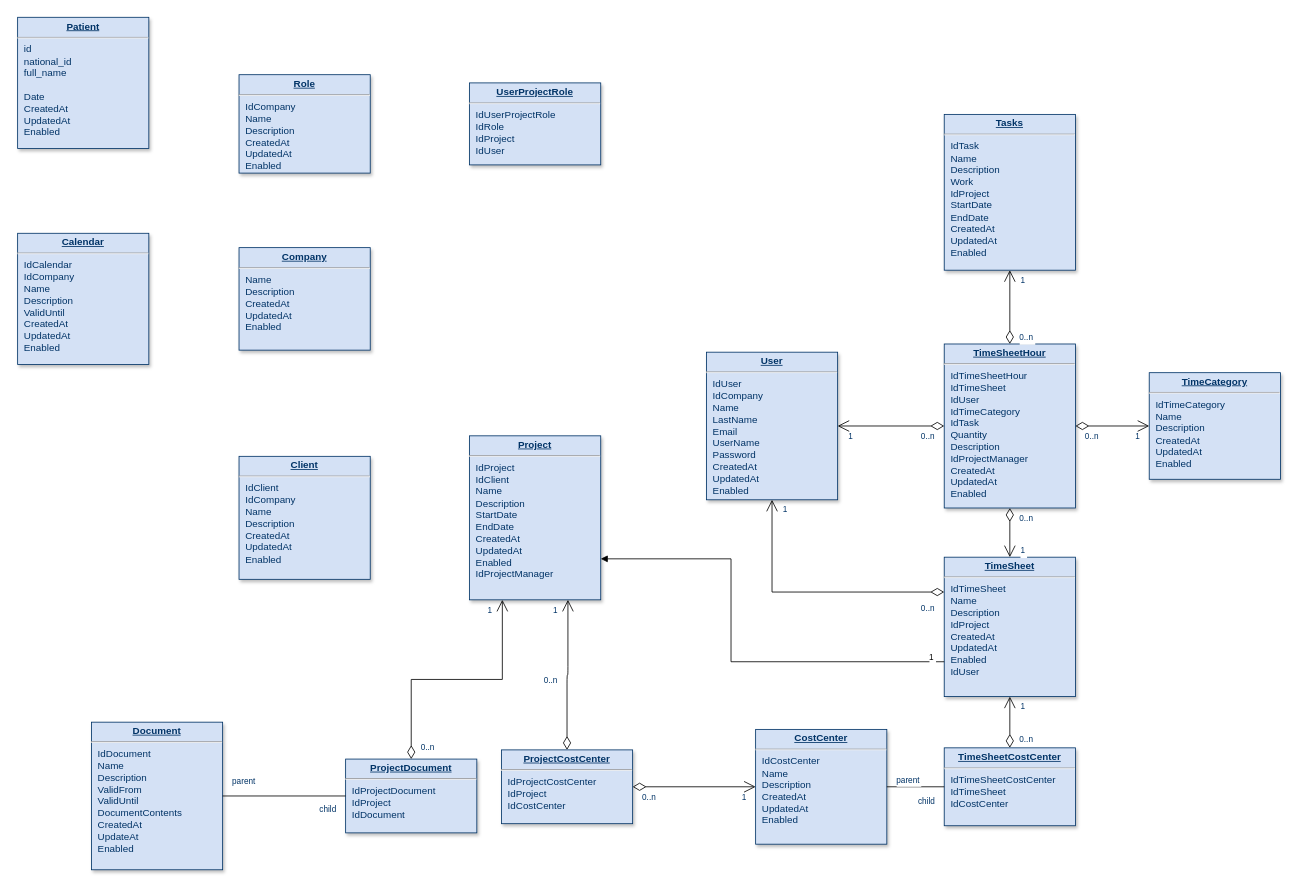
Before: Untitled Diagram.drawio in fiafghan/emr-backend-laravel, a draw.io diagram. Source tidied: cells renumbered, new cells numbered last; positions are measured from the earlier drawing's top-left corner, leaving out a move shared by most shapes. Both pictures are drawn from the tidied source at 82%, with x=0, y=0 at pixel (17, 17).
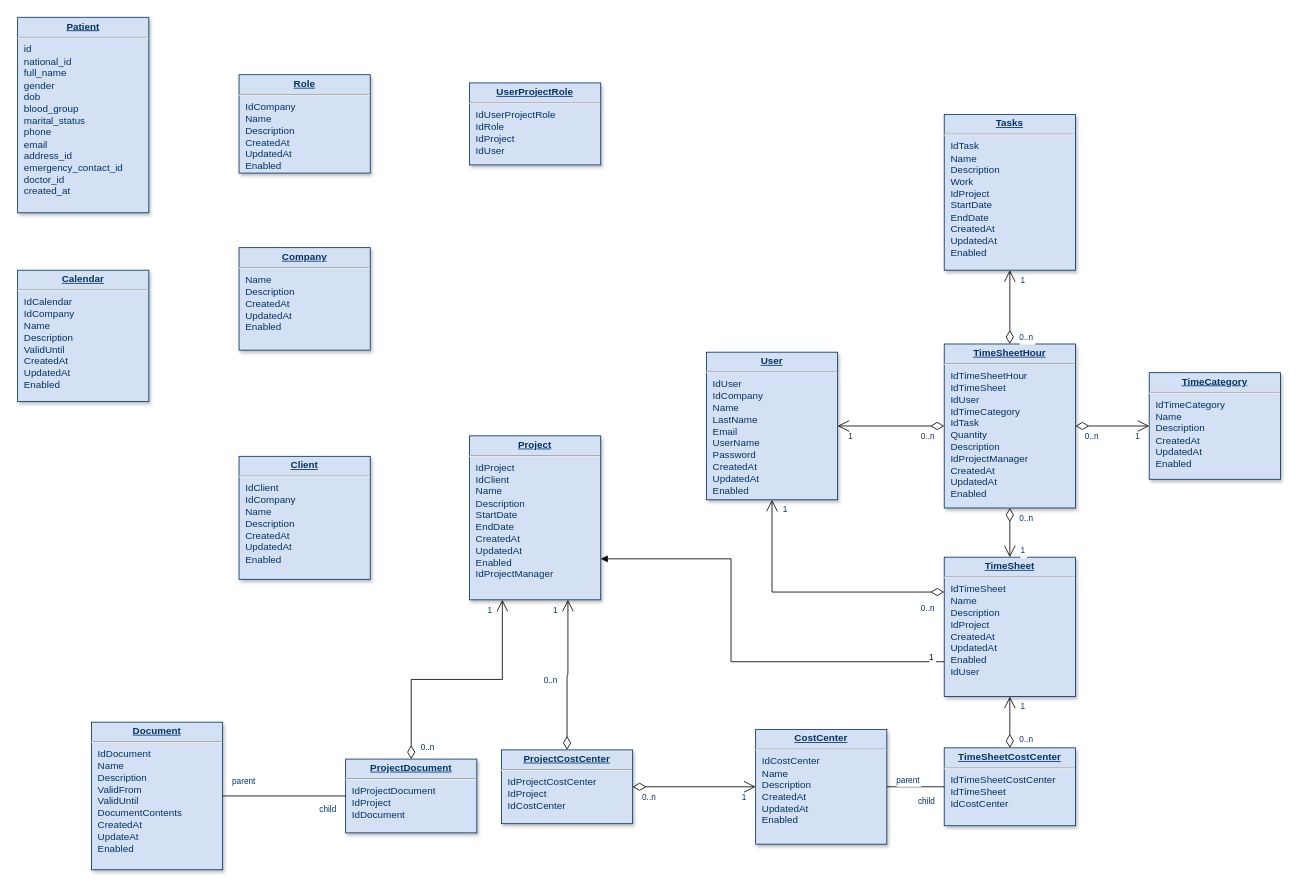
Above is the later version.

What changed in the source:
```diff
@@
     <mxCell id="4" value="&lt;p style=&quot;margin: 0px; margin-top: 4px; text-align: center; text-decoration: underline;&quot;&gt;&lt;strong&gt;Calendar&lt;/strong&gt;&lt;/p&gt;&lt;hr /&gt;&lt;p style=&quot;margin: 0px; margin-left: 8px;&quot;&gt;IdCalendar&lt;/p&gt;&lt;p style=&quot;margin: 0px; margin-left: 8px;&quot;&gt;IdCompany&lt;/p&gt;&lt;p style=&quot;margin: 0px; margin-left: 8px;&quot;&gt;Name&lt;/p&gt;&lt;p style=&quot;margin: 0px; margin-left: 8px;&quot;&gt;Description&lt;/p&gt;&lt;p style=&quot;margin: 0px; margin-left: 8px;&quot;&gt;ValidUntil&lt;/p&gt;&lt;p style=&quot;margin: 0px; margin-left: 8px;&quot;&gt;CreatedAt&lt;/p&gt;&lt;p style=&quot;margin: 0px; margin-left: 8px;&quot;&gt;UpdatedAt&lt;/p&gt;&lt;p style=&quot;margin: 0px; margin-left: 8px;&quot;&gt;Enabled&lt;/p&gt;" style="verticalAlign=top;align=left;overflow=fill;fontSize=12;fontFamily=Helvetica;html=1;strokeColor=#003366;shadow=1;fillColor=#D4E1F5;fontColor=#003366;" parent="1" vertex="1">
-      <mxGeometry y="263" width="160" height="160" as="geometry" />
+      <mxGeometry y="308" width="160" height="160" as="geometry" />
     </mxCell>
@@
-    <mxCell id="8" value="&lt;p style=&quot;margin: 4px 0px 0px; text-align: center; text-decoration: underline;&quot;&gt;&lt;strong&gt;Patient&lt;br&gt;&lt;/strong&gt;&lt;/p&gt;&lt;hr&gt;&lt;p style=&quot;margin: 0px; margin-left: 8px;&quot;&gt;id&lt;span style=&quot;white-space: pre;&quot;&gt;&#9;&lt;/span&gt;&lt;br&gt;&lt;/p&gt;&lt;p style=&quot;margin: 0px; margin-left: 8px;&quot;&gt;national_id&lt;br&gt;&lt;/p&gt;&lt;p style=&quot;margin: 0px; margin-left: 8px;&quot;&gt;full_name&lt;br&gt;&lt;/p&gt;&lt;p style=&quot;margin: 0px; margin-left: 8px;&quot;&gt;&lt;br&gt;&lt;/p&gt;&lt;p style=&quot;margin: 0px; margin-left: 8px;&quot;&gt;Date&lt;/p&gt;&lt;p style=&quot;margin: 0px; margin-left: 8px;&quot;&gt;CreatedAt&lt;/p&gt;&lt;p style=&quot;margin: 0px; margin-left: 8px;&quot;&gt;UpdatedAt&lt;/p&gt;&lt;p style=&quot;margin: 0px; margin-left: 8px;&quot;&gt;Enabled&lt;/p&gt;" style="verticalAlign=top;align=left;overflow=fill;fontSize=12;fontFamily=Helvetica;html=1;strokeColor=#003366;shadow=1;fillColor=#D4E1F5;fontColor=#003366;" parent="1" vertex="1">
-      <mxGeometry y="-0.4" width="160" height="160" as="geometry" />
+    <mxCell id="8" value="&lt;p style=&quot;margin: 4px 0px 0px; text-align: center; text-decoration: underline;&quot;&gt;&lt;strong&gt;Patient&lt;br&gt;&lt;/strong&gt;&lt;/p&gt;&lt;hr&gt;&lt;p style=&quot;margin: 0px; margin-left: 8px;&quot;&gt;id&lt;span style=&quot;white-space: pre;&quot;&gt;&#9;&lt;/span&gt;&lt;br&gt;&lt;/p&gt;&lt;p style=&quot;margin: 0px; margin-left: 8px;&quot;&gt;national_id&lt;br&gt;&lt;/p&gt;&lt;p style=&quot;margin: 0px; margin-left: 8px;&quot;&gt;full_name&lt;br&gt;&lt;/p&gt;&lt;p style=&quot;margin: 0px; margin-left: 8px;&quot;&gt;gender&lt;br&gt;&lt;/p&gt;&lt;p style=&quot;margin: 0px; margin-left: 8px;&quot;&gt;dob&lt;br&gt;&lt;/p&gt;&lt;p style=&quot;margin: 0px; margin-left: 8px;&quot;&gt;blood_group&lt;br&gt;&lt;/p&gt;&lt;p style=&quot;margin: 0px; margin-left: 8px;&quot;&gt;marital_status&lt;br&gt;&lt;/p&gt;&lt;p style=&quot;margin: 0px; margin-left: 8px;&quot;&gt;phone&lt;/p&gt;&lt;p style=&quot;margin: 0px; margin-left: 8px;&quot;&gt;email&lt;/p&gt;&lt;p style=&quot;margin: 0px; margin-left: 8px;&quot;&gt;address_id&lt;/p&gt;&lt;p style=&quot;margin: 0px; margin-left: 8px;&quot;&gt;emergency_contact_id&lt;/p&gt;&lt;p style=&quot;margin: 0px; margin-left: 8px;&quot;&gt;doctor_id&lt;/p&gt;&lt;p style=&quot;margin: 0px; margin-left: 8px;&quot;&gt;created_at&lt;br&gt;&lt;/p&gt;" style="verticalAlign=top;align=left;overflow=fill;fontSize=12;fontFamily=Helvetica;html=1;strokeColor=#003366;shadow=1;fillColor=#D4E1F5;fontColor=#003366;" parent="1" vertex="1">
+      <mxGeometry y="-0.4" width="160" height="238.4" as="geometry" />
     </mxCell>
```
